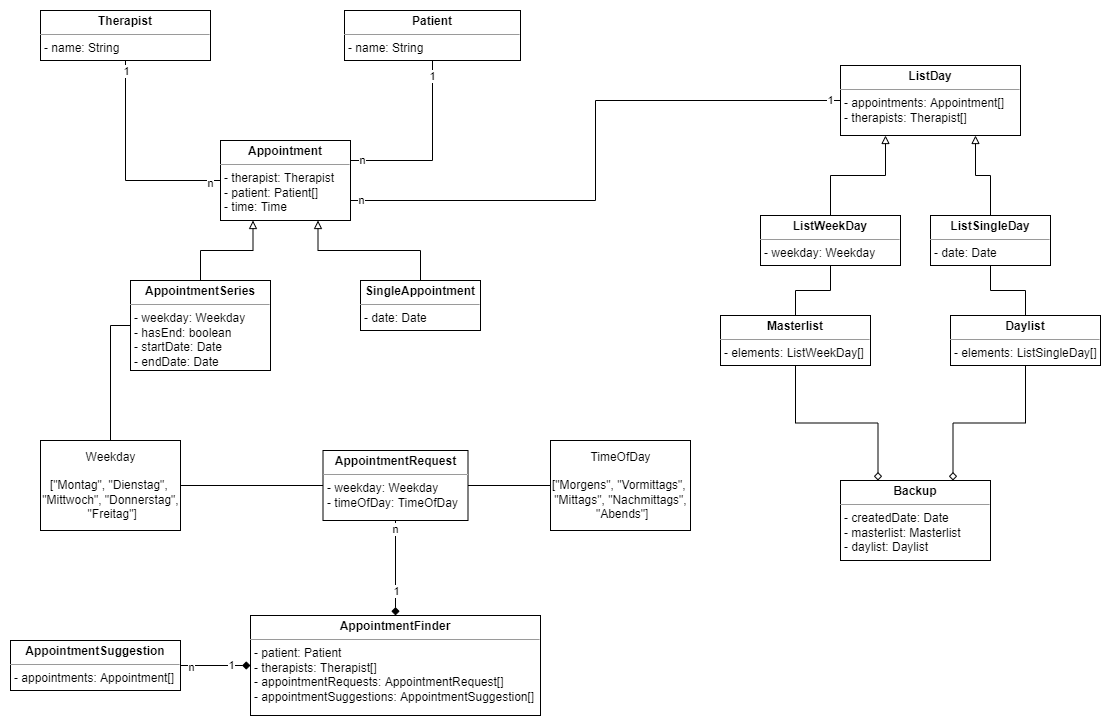
This is docs/systemarchitecture/Class Model EN.png from astrutz/physiocalendar, a draw.io export, as it was before one commit. Source tidied: cells renumbered, new cells last; positions are measured from the earlier drawing's top-left corner, leaving out a move shared by most shapes.
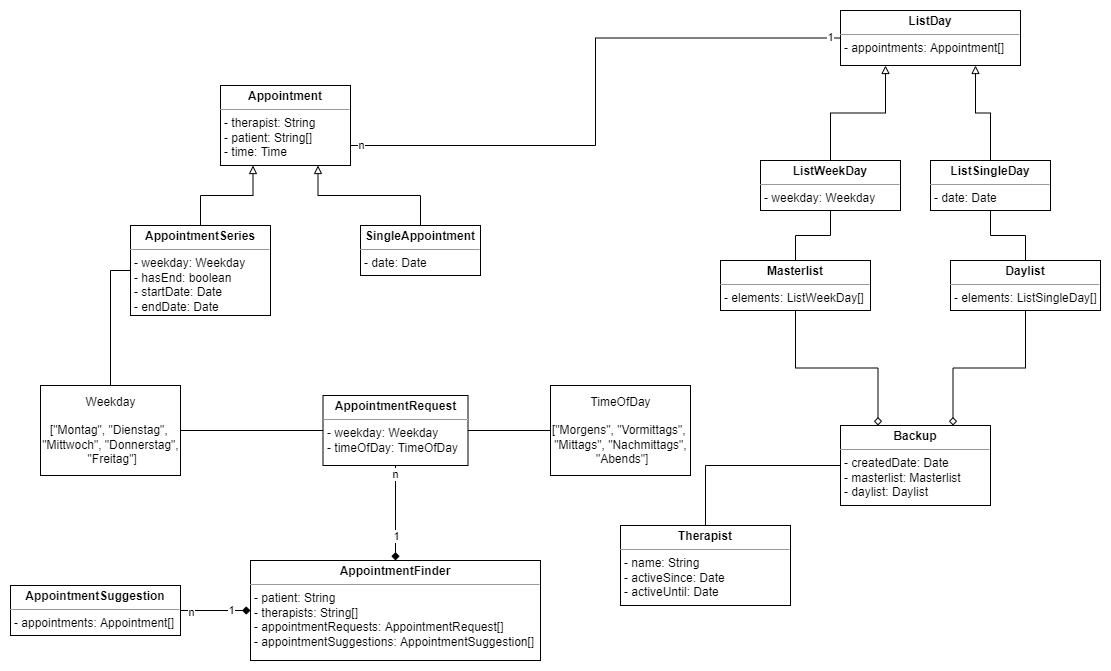
After the change.

Change to the diagram source:
```diff
@@ -8,15 +8,6 @@
     <mxCell id="3" value="Weekday&lt;br&gt;&lt;br&gt;[&quot;Montag&quot;, &quot;Dienstag&quot;, &lt;br&gt;&quot;Mittwoch&quot;, &quot;Donnerstag&quot;,&lt;br&gt;&amp;nbsp;&quot;Freitag&quot;]" style="html=1;align=center;verticalAlign=middle;rounded=0;absoluteArcSize=1;arcSize=10;dashed=0;" parent="1" vertex="1">
       <mxGeometry x="30" y="430" width="140" height="90" as="geometry" />
     </mxCell>
-    <mxCell id="4" style="edgeStyle=orthogonalEdgeStyle;rounded=0;jettySize=auto;html=1;exitX=1;exitY=0.25;exitDx=0;exitDy=0;entryX=0.5;entryY=1;entryDx=0;entryDy=0;endArrow=none;endFill=0;" parent="1" edge="1" source="12" target="13">
-      <mxGeometry relative="1" as="geometry" />
-    </mxCell>
-    <mxCell id="5" value="n" style="edgeLabel;html=1;align=center;verticalAlign=middle;" parent="4" vertex="1">
-      <mxGeometry x="-0.88" y="1" relative="1" as="geometry" />
-    </mxCell>
-    <mxCell id="6" value="1" style="edgeLabel;html=1;align=center;verticalAlign=middle;" parent="4" vertex="1">
-      <mxGeometry x="0.84" y="1" relative="1" as="geometry" />
-    </mxCell>
     <mxCell id="7" style="edgeStyle=orthogonalEdgeStyle;rounded=0;jettySize=auto;html=1;exitX=0.25;exitY=1;exitDx=0;exitDy=0;entryX=0.5;entryY=0;entryDx=0;entryDy=0;endArrow=none;endFill=0;startArrow=block;startFill=0;" parent="1" edge="1" source="12" target="20">
       <mxGeometry relative="1" as="geometry" />
     </mxCell>
@@ -32,23 +23,11 @@
     <mxCell id="11" value="n" style="edgeLabel;html=1;align=center;verticalAlign=middle;" parent="9" vertex="1">
       <mxGeometry x="-0.97" y="1" relative="1" as="geometry" />
     </mxCell>
-    <mxCell id="12" value="&lt;p style=&quot;margin: 0px ; margin-top: 4px ; text-align: center&quot;&gt;&lt;b&gt;Appointment&lt;/b&gt;&lt;br&gt;&lt;/p&gt;&lt;hr size=&quot;1&quot;&gt;&lt;p style=&quot;margin: 0px 0px 0px 4px&quot;&gt;- therapist: Therapist&lt;/p&gt;&lt;p style=&quot;margin: 0px 0px 0px 4px&quot;&gt;- patient: Patient[]&lt;/p&gt;&lt;p style=&quot;margin: 0px ; margin-left: 4px&quot;&gt;&lt;span&gt;- time: Time&lt;/span&gt;&lt;br&gt;&lt;/p&gt;&lt;p style=&quot;margin: 0px ; margin-left: 4px&quot;&gt;&lt;br&gt;&lt;/p&gt;" style="verticalAlign=top;align=left;overflow=fill;fontSize=12;fontFamily=Helvetica;html=1;" parent="1" vertex="1">
+    <mxCell id="12" value="&lt;p style=&quot;margin: 0px ; margin-top: 4px ; text-align: center&quot;&gt;&lt;b&gt;Appointment&lt;/b&gt;&lt;br&gt;&lt;/p&gt;&lt;hr size=&quot;1&quot;&gt;&lt;p style=&quot;margin: 0px 0px 0px 4px&quot;&gt;- therapist: String&lt;/p&gt;&lt;p style=&quot;margin: 0px 0px 0px 4px&quot;&gt;- patient: String[]&lt;/p&gt;&lt;p style=&quot;margin: 0px ; margin-left: 4px&quot;&gt;&lt;span&gt;- time: Time&lt;/span&gt;&lt;br&gt;&lt;/p&gt;&lt;p style=&quot;margin: 0px ; margin-left: 4px&quot;&gt;&lt;br&gt;&lt;/p&gt;" style="verticalAlign=top;align=left;overflow=fill;fontSize=12;fontFamily=Helvetica;html=1;" parent="1" vertex="1">
       <mxGeometry x="210" y="130" width="130" height="80" as="geometry" />
     </mxCell>
-    <mxCell id="13" value="&lt;p style=&quot;margin: 0px ; margin-top: 4px ; text-align: center&quot;&gt;&lt;b&gt;Patient&lt;/b&gt;&lt;/p&gt;&lt;hr size=&quot;1&quot;&gt;&lt;p style=&quot;margin: 0px ; margin-left: 4px&quot;&gt;- name: String&lt;/p&gt;&lt;p style=&quot;margin: 0px 0px 0px 4px&quot;&gt;&lt;br&gt;&lt;/p&gt;" style="verticalAlign=top;align=left;overflow=fill;fontSize=12;fontFamily=Helvetica;html=1;" parent="1" vertex="1">
-      <mxGeometry x="334" width="176" height="50" as="geometry" />
-    </mxCell>
-    <mxCell id="14" style="edgeStyle=orthogonalEdgeStyle;rounded=0;jettySize=auto;html=1;exitX=0.5;exitY=1;exitDx=0;exitDy=0;entryX=0;entryY=0.5;entryDx=0;entryDy=0;endArrow=none;endFill=0;" parent="1" edge="1" source="17" target="12">
-      <mxGeometry relative="1" as="geometry" />
-    </mxCell>
-    <mxCell id="15" value="1" style="edgeLabel;html=1;align=center;verticalAlign=middle;" parent="14" vertex="1">
-      <mxGeometry x="-0.9" relative="1" as="geometry" />
-    </mxCell>
-    <mxCell id="16" value="n" style="edgeLabel;html=1;align=center;verticalAlign=middle;" parent="14" vertex="1">
-      <mxGeometry x="0.9" y="-2" relative="1" as="geometry" />
-    </mxCell>
-    <mxCell id="17" value="&lt;p style=&quot;margin: 0px ; margin-top: 4px ; text-align: center&quot;&gt;&lt;b&gt;Therapist&lt;/b&gt;&lt;br&gt;&lt;/p&gt;&lt;hr size=&quot;1&quot;&gt;&lt;p style=&quot;margin: 0px ; margin-left: 4px&quot;&gt;- name: String&lt;/p&gt;&lt;p style=&quot;margin: 0px ; margin-left: 4px&quot;&gt;&lt;br&gt;&lt;/p&gt;" style="verticalAlign=top;align=left;overflow=fill;fontSize=12;fontFamily=Helvetica;html=1;" parent="1" vertex="1">
-      <mxGeometry x="30" width="170" height="50" as="geometry" />
+    <mxCell id="17" value="&lt;p style=&quot;margin: 0px ; margin-top: 4px ; text-align: center&quot;&gt;&lt;b&gt;Therapist&lt;/b&gt;&lt;br&gt;&lt;/p&gt;&lt;hr size=&quot;1&quot;&gt;&lt;p style=&quot;margin: 0px ; margin-left: 4px&quot;&gt;- name: String&lt;/p&gt;&lt;p style=&quot;margin: 0px ; margin-left: 4px&quot;&gt;- activeSince: Date&lt;/p&gt;&lt;p style=&quot;margin: 0px ; margin-left: 4px&quot;&gt;- activeUntil: Date&lt;/p&gt;" style="verticalAlign=top;align=left;overflow=fill;fontSize=12;fontFamily=Helvetica;html=1;" parent="1" vertex="1">
+      <mxGeometry x="610" y="570" width="170" height="80" as="geometry" />
     </mxCell>
     <mxCell id="18" value="&lt;p style=&quot;margin: 0px ; margin-top: 4px ; text-align: center&quot;&gt;&lt;b&gt;SingleAppointment&lt;/b&gt;&lt;/p&gt;&lt;hr size=&quot;1&quot;&gt;&lt;p style=&quot;margin: 0px ; margin-left: 4px&quot;&gt;&lt;span&gt;- date: Date&lt;/span&gt;&lt;br&gt;&lt;/p&gt;&lt;p style=&quot;margin: 0px ; margin-left: 4px&quot;&gt;&lt;br&gt;&lt;/p&gt;" style="verticalAlign=top;align=left;overflow=fill;fontSize=12;fontFamily=Helvetica;html=1;" parent="1" vertex="1">
       <mxGeometry x="350" y="270" width="120" height="50" as="geometry" />
@@ -79,7 +58,7 @@
     <mxCell id="26" value="TimeOfDay&lt;br&gt;&lt;br&gt;[&quot;Morgens&quot;, &quot;Vormittags&quot;, &lt;br&gt;&quot;Mittags&quot;, &quot;Nachmittags&quot;,&lt;br&gt;&amp;nbsp;&quot;Abends&quot;]" style="html=1;align=center;verticalAlign=middle;rounded=0;absoluteArcSize=1;arcSize=10;dashed=0;" parent="1" vertex="1">
       <mxGeometry x="540" y="430" width="140" height="90" as="geometry" />
     </mxCell>
-    <mxCell id="27" value="&lt;p style=&quot;margin: 0px ; margin-top: 4px ; text-align: center&quot;&gt;&lt;b&gt;AppointmentFinder&lt;/b&gt;&lt;/p&gt;&lt;hr size=&quot;1&quot;&gt;&lt;p style=&quot;margin: 0px ; margin-left: 4px&quot;&gt;&lt;span&gt;- patient: Patient&lt;/span&gt;&lt;/p&gt;&lt;p style=&quot;margin: 0px ; margin-left: 4px&quot;&gt;&lt;span&gt;- therapists: Therapist[]&lt;/span&gt;&lt;/p&gt;&lt;p style=&quot;margin: 0px ; margin-left: 4px&quot;&gt;&lt;span&gt;- appointmentRequests: AppointmentRequest[]&lt;/span&gt;&lt;/p&gt;&lt;p style=&quot;margin: 0px ; margin-left: 4px&quot;&gt;&lt;span&gt;- appointmentSuggestions: AppointmentSuggestion[]&lt;/span&gt;&lt;/p&gt;&lt;p style=&quot;margin: 0px ; margin-left: 4px&quot;&gt;&lt;br&gt;&lt;/p&gt;" style="verticalAlign=top;align=left;overflow=fill;fontSize=12;fontFamily=Helvetica;html=1;" parent="1" vertex="1">
+    <mxCell id="27" value="&lt;p style=&quot;margin: 0px ; margin-top: 4px ; text-align: center&quot;&gt;&lt;b&gt;AppointmentFinder&lt;/b&gt;&lt;/p&gt;&lt;hr size=&quot;1&quot;&gt;&lt;p style=&quot;margin: 0px ; margin-left: 4px&quot;&gt;&lt;span&gt;- patient: String&lt;/span&gt;&lt;/p&gt;&lt;p style=&quot;margin: 0px ; margin-left: 4px&quot;&gt;&lt;span&gt;- therapists: String[]&lt;/span&gt;&lt;/p&gt;&lt;p style=&quot;margin: 0px ; margin-left: 4px&quot;&gt;&lt;span&gt;- appointmentRequests: AppointmentRequest[]&lt;/span&gt;&lt;/p&gt;&lt;p style=&quot;margin: 0px ; margin-left: 4px&quot;&gt;&lt;span&gt;- appointmentSuggestions: AppointmentSuggestion[]&lt;/span&gt;&lt;/p&gt;&lt;p style=&quot;margin: 0px ; margin-left: 4px&quot;&gt;&lt;br&gt;&lt;/p&gt;" style="verticalAlign=top;align=left;overflow=fill;fontSize=12;fontFamily=Helvetica;html=1;" parent="1" vertex="1">
       <mxGeometry x="240" y="605" width="290" height="100" as="geometry" />
     </mxCell>
     <mxCell id="28" style="edgeStyle=orthogonalEdgeStyle;rounded=0;jettySize=auto;html=1;exitX=1;exitY=0.5;exitDx=0;exitDy=0;entryX=0;entryY=0.5;entryDx=0;entryDy=0;startArrow=none;startFill=0;endArrow=diamond;endFill=1;" parent="1" edge="1" source="31" target="27">
@@ -104,8 +83,8 @@
     <mxCell id="33" style="edgeStyle=orthogonalEdgeStyle;rounded=0;jettySize=auto;html=1;exitX=0.25;exitY=1;exitDx=0;exitDy=0;entryX=0.5;entryY=0;entryDx=0;entryDy=0;startArrow=block;startFill=0;endArrow=none;endFill=0;" parent="1" edge="1" source="34" target="36">
       <mxGeometry relative="1" as="geometry" />
     </mxCell>
-    <mxCell id="34" value="&lt;p style=&quot;margin: 0px ; margin-top: 4px ; text-align: center&quot;&gt;&lt;b&gt;ListDay&lt;/b&gt;&lt;/p&gt;&lt;hr size=&quot;1&quot;&gt;&lt;p style=&quot;margin: 0px ; margin-left: 4px&quot;&gt;&lt;span&gt;- appointments: Appointment[]&lt;/span&gt;&lt;br&gt;&lt;/p&gt;&lt;p style=&quot;margin: 0px 0px 0px 4px&quot;&gt;- therapists: Therapist[]&lt;/p&gt;&lt;div&gt;&lt;br&gt;&lt;/div&gt;" style="verticalAlign=top;align=left;overflow=fill;fontSize=12;fontFamily=Helvetica;html=1;" parent="1" vertex="1">
-      <mxGeometry x="830" y="55" width="180" height="70" as="geometry" />
+    <mxCell id="34" value="&lt;p style=&quot;margin: 0px ; margin-top: 4px ; text-align: center&quot;&gt;&lt;b&gt;ListDay&lt;/b&gt;&lt;/p&gt;&lt;hr size=&quot;1&quot;&gt;&lt;p style=&quot;margin: 0px ; margin-left: 4px&quot;&gt;&lt;span&gt;- appointments: Appointment[]&lt;/span&gt;&lt;/p&gt;&lt;div&gt;&lt;br&gt;&lt;/div&gt;" style="verticalAlign=top;align=left;overflow=fill;fontSize=12;fontFamily=Helvetica;html=1;" parent="1" vertex="1">
+      <mxGeometry x="830" y="55" width="180" height="55" as="geometry" />
     </mxCell>
     <mxCell id="35" style="edgeStyle=orthogonalEdgeStyle;rounded=0;jettySize=auto;html=1;exitX=0.5;exitY=1;exitDx=0;exitDy=0;entryX=0.5;entryY=0;entryDx=0;entryDy=0;startArrow=none;startFill=0;endArrow=none;endFill=0;" parent="1" edge="1" source="36" target="39">
       <mxGeometry relative="1" as="geometry" />
@@ -131,6 +110,9 @@
     <mxCell id="42" value="&lt;p style=&quot;margin: 0px ; margin-top: 4px ; text-align: center&quot;&gt;&lt;b&gt;Daylist&lt;/b&gt;&lt;/p&gt;&lt;hr size=&quot;1&quot;&gt;&lt;p style=&quot;margin: 0px ; margin-left: 4px&quot;&gt;&lt;span&gt;- elements: ListSingleDay[]&lt;/span&gt;&lt;/p&gt;&lt;p style=&quot;margin: 0px ; margin-left: 4px&quot;&gt;&lt;br&gt;&lt;/p&gt;" style="verticalAlign=top;align=left;overflow=fill;fontSize=12;fontFamily=Helvetica;html=1;" parent="1" vertex="1">
       <mxGeometry x="940" y="305" width="150" height="50" as="geometry" />
     </mxCell>
+    <mxCell id="44" style="edgeStyle=orthogonalEdgeStyle;rounded=0;jettySize=auto;html=1;exitX=0;exitY=0.5;exitDx=0;exitDy=0;entryX=0.5;entryY=0;entryDx=0;entryDy=0;endArrow=none;endFill=0;" parent="1" edge="1" source="43" target="17">
+      <mxGeometry relative="1" as="geometry" />
+    </mxCell>
     <mxCell id="43" value="&lt;p style=&quot;margin: 0px ; margin-top: 4px ; text-align: center&quot;&gt;&lt;b&gt;Backup&lt;/b&gt;&lt;/p&gt;&lt;hr size=&quot;1&quot;&gt;&lt;p style=&quot;margin: 0px ; margin-left: 4px&quot;&gt;&lt;span&gt;- createdDate: Date&lt;/span&gt;&lt;br&gt;&lt;/p&gt;&lt;p style=&quot;margin: 0px ; margin-left: 4px&quot;&gt;&lt;span&gt;- masterlist: Masterlist&lt;/span&gt;&lt;/p&gt;&lt;p style=&quot;margin: 0px ; margin-left: 4px&quot;&gt;&lt;span&gt;- daylist: Daylist&lt;/span&gt;&lt;/p&gt;&lt;p style=&quot;margin: 0px ; margin-left: 4px&quot;&gt;&lt;br&gt;&lt;/p&gt;" style="verticalAlign=top;align=left;overflow=fill;fontSize=12;fontFamily=Helvetica;html=1;" parent="1" vertex="1">
       <mxGeometry x="830" y="470" width="150" height="80" as="geometry" />
     </mxCell>
```
